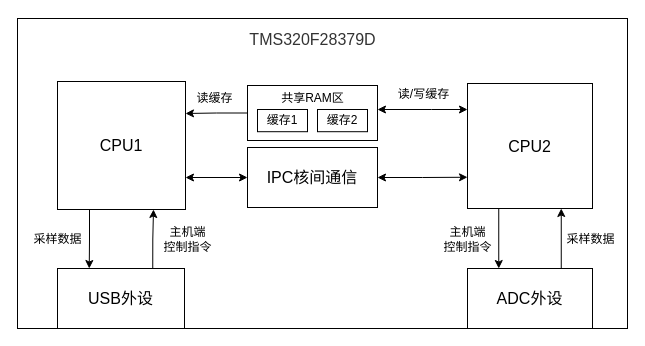
The draw.io diagram page "DSP程序内部逻辑" (2 of 3) of Untitled Diagram.drawio in fuxinsen/test, before the edit. Source tidied: cells renumbered, new cells numbered last; positions are measured from the earlier drawing's top-left corner, leaving out a move shared by most shapes. Both pictures are drawn from the tidied source at 100%, with x=0, y=0 at pixel (17, 18).
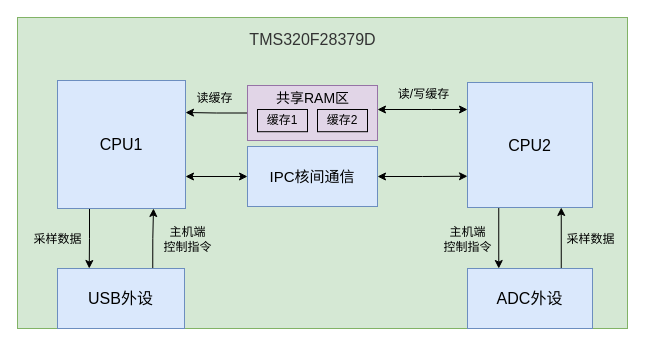
The same page after the edit.

Diff of the diagram source:
```diff
@@
-    <mxCell id="2" style="rounded=0;whiteSpace=wrap;html=1;glass=0;sketch=0;fillColor=#ffffff;gradientColor=#ffffff;fontSize=16;" parent="1" vertex="1">
-      <mxGeometry width="610" height="310" as="geometry" />
+    <mxCell id="2" style="rounded=0;whiteSpace=wrap;html=1;glass=0;sketch=0;fillColor=#d5e8d4;fontSize=16;strokeColor=#82b366;" parent="1" vertex="1">
+      <mxGeometry y="-1" width="610" height="311" as="geometry" />
     </mxCell>
@@
-    <mxCell id="4" value="CPU1" style="whiteSpace=wrap;html=1;rounded=0;glass=0;sketch=0;fillColor=#ffffff;gradientColor=#ffffff;fontSize=16;" parent="1" vertex="1">
-      <mxGeometry x="40" y="63" width="128" height="128" as="geometry" />
+    <mxCell id="4" value="CPU1" style="whiteSpace=wrap;html=1;rounded=0;glass=0;sketch=0;fillColor=#dae8fc;fontSize=16;strokeColor=#6c8ebf;" parent="1" vertex="1">
+      <mxGeometry x="40" y="62" width="128" height="128" as="geometry" />
     </mxCell>
@@
-    <mxCell id="6" value="CPU2" style="whiteSpace=wrap;html=1;rounded=0;glass=0;sketch=0;fillColor=#ffffff;gradientColor=#ffffff;fontSize=16;" parent="1" vertex="1">
-      <mxGeometry x="450" y="65" width="125" height="125" as="geometry" />
+    <mxCell id="6" value="CPU2" style="whiteSpace=wrap;html=1;rounded=0;glass=0;sketch=0;fillColor=#dae8fc;fontSize=16;strokeColor=#6c8ebf;" parent="1" vertex="1">
+      <mxGeometry x="450" y="64" width="125" height="125" as="geometry" />
     </mxCell>
@@
-    <mxCell id="10" style="rounded=0;whiteSpace=wrap;html=1;glass=0;sketch=0;fillColor=none;gradientColor=#ffffff;fontSize=16;" parent="1" vertex="1">
+    <mxCell id="10" style="rounded=0;whiteSpace=wrap;html=1;glass=0;sketch=0;fillColor=#e1d5e7;fontSize=16;strokeColor=#9673a6;" parent="1" vertex="1">
       <mxGeometry x="230" y="67" width="130" height="55" as="geometry" />
     </mxCell>
@@
-    <mxCell id="13" value="IPC核间通信" style="rounded=0;whiteSpace=wrap;html=1;glass=0;sketch=0;fillColor=none;gradientColor=#ffffff;fontSize=16;" parent="1" vertex="1">
-      <mxGeometry x="230" y="129" width="130" height="60" as="geometry" />
+    <mxCell id="13" value="&lt;font style=&quot;font-size: 15px&quot;&gt;IPC核间通信&lt;/font&gt;" style="rounded=0;whiteSpace=wrap;html=1;glass=0;sketch=0;fillColor=#dae8fc;fontSize=16;strokeColor=#6c8ebf;" parent="1" vertex="1">
+      <mxGeometry x="230" y="128" width="130" height="60" as="geometry" />
     </mxCell>
@@
-    <mxCell id="15" value="USB外设" style="rounded=0;whiteSpace=wrap;html=1;glass=0;sketch=0;fillColor=none;gradientColor=#ffffff;fontSize=16;" parent="1" vertex="1">
+    <mxCell id="15" value="USB外设" style="rounded=0;whiteSpace=wrap;html=1;glass=0;sketch=0;fillColor=#dae8fc;fontSize=16;strokeColor=#6c8ebf;" parent="1" vertex="1">
       <mxGeometry x="40" y="250" width="127" height="60" as="geometry" />
     </mxCell>
@@
-    <mxCell id="17" value="ADC外设" style="rounded=0;whiteSpace=wrap;html=1;glass=0;sketch=0;fillColor=none;gradientColor=#ffffff;fontSize=16;" parent="1" vertex="1">
+    <mxCell id="17" value="ADC外设" style="rounded=0;whiteSpace=wrap;html=1;glass=0;sketch=0;fillColor=#dae8fc;fontSize=16;strokeColor=#6c8ebf;" parent="1" vertex="1">
       <mxGeometry x="450" y="250" width="125" height="60" as="geometry" />
     </mxCell>
@@
-    <mxCell id="26" value="共享RAM区" style="text;html=1;align=center;verticalAlign=middle;fontSize=12;" parent="1" vertex="1">
-      <mxGeometry x="255" y="70" width="80" height="20" as="geometry" />
+    <mxCell id="26" value="&lt;font style=&quot;font-size: 14px&quot;&gt;共享RAM区&lt;/font&gt;" style="text;html=1;align=center;verticalAlign=middle;fontSize=12;" parent="1" vertex="1">
+      <mxGeometry x="250" y="70" width="90" height="20" as="geometry" />
     </mxCell>
```
